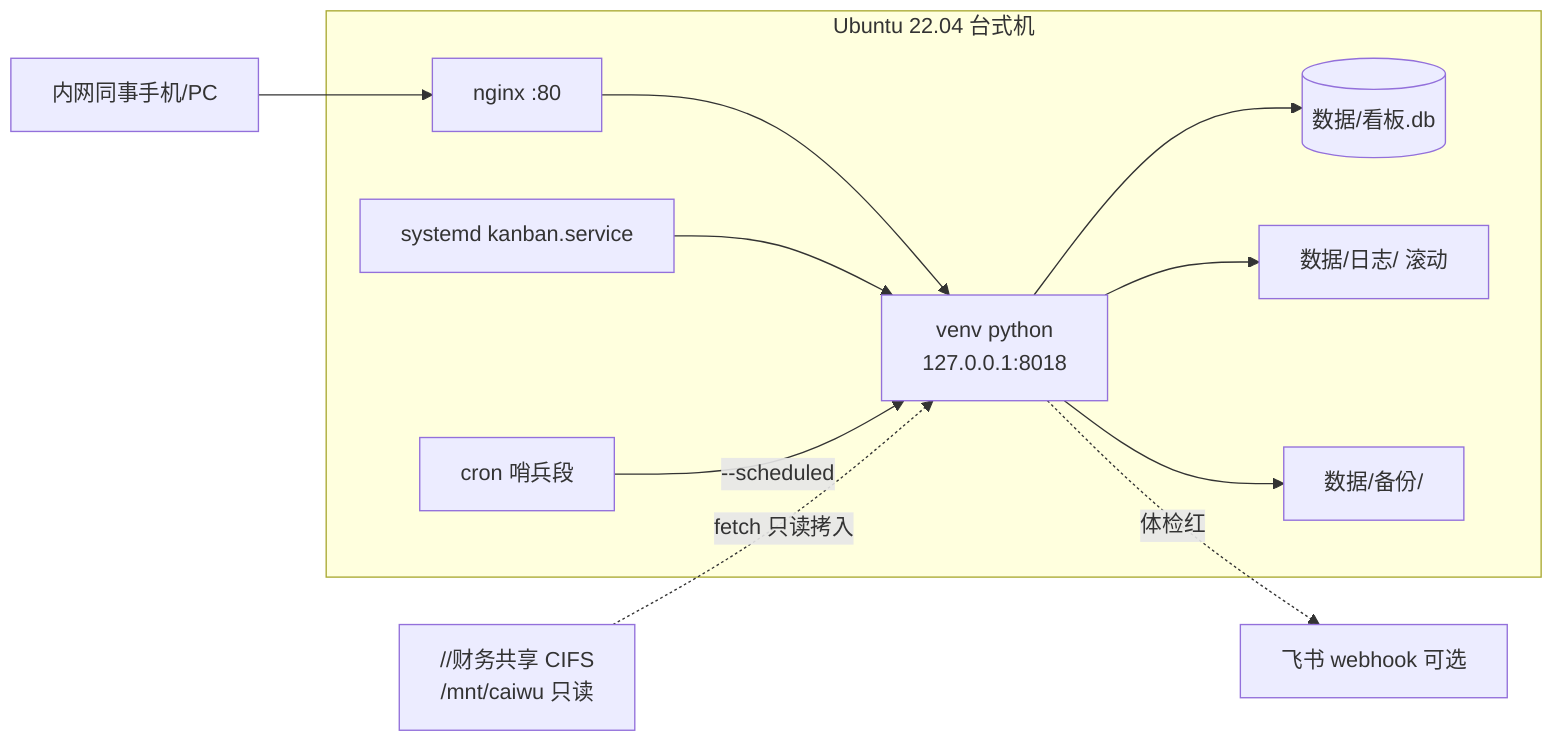
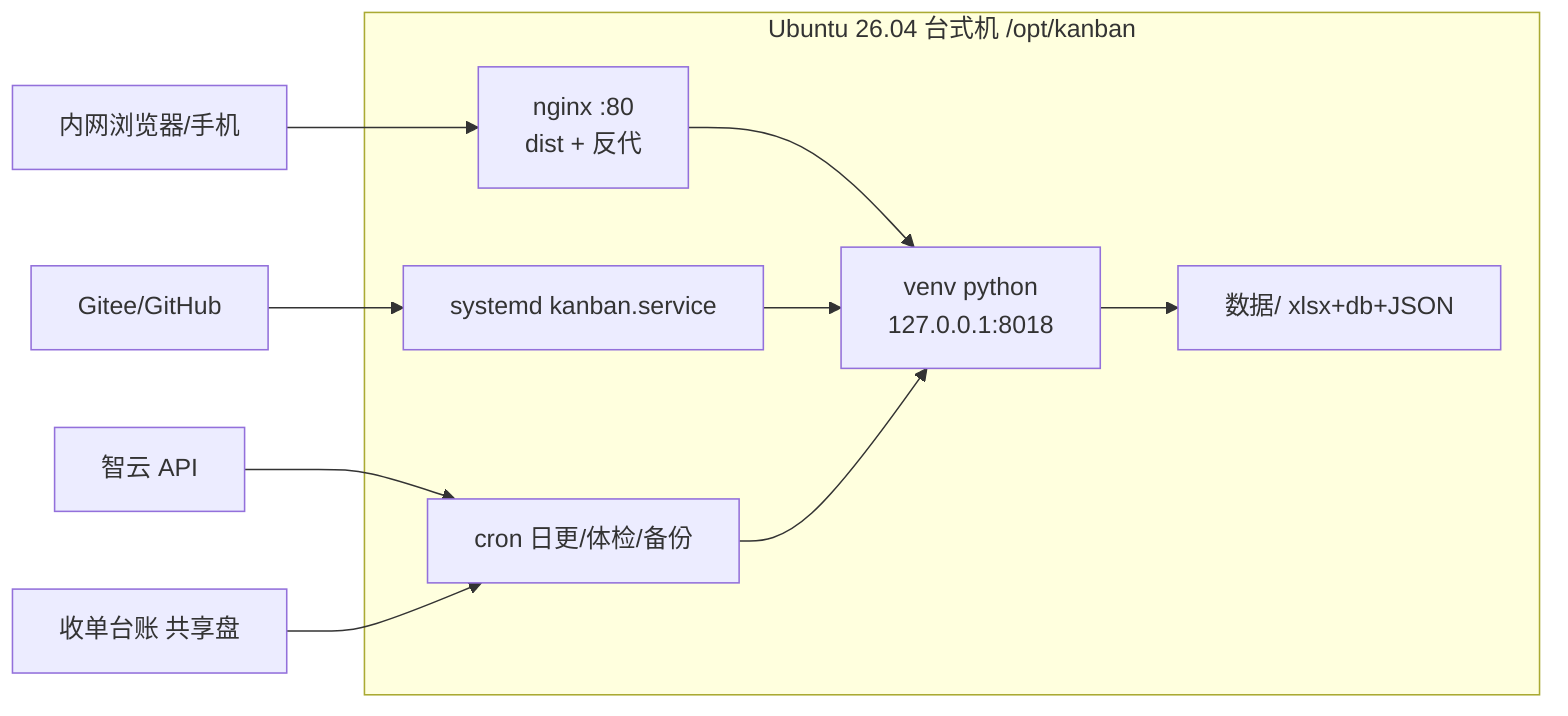
- %% 任务书43 · Ubuntu 台式机部署拓扑
+ %% 部署拓扑 · Ubuntu 26.04 生产（2026-07-20）
flowchart LR
-   subgraph Desktop["Ubuntu 22.04 台式机"]
-     NGX[nginx :80]
+   subgraph Desktop["Ubuntu 26.04 台式机 /opt/kanban"]
+     NGX[nginx :80\ndist + 反代]
    SYS[systemd kanban.service]
-     CRON[cron 哨兵段]
-     PY[venv python<br/>127.0.0.1:8018]
-     DB[(数据/看板.db)]
-     LOG[数据/日志/ 滚动]
-     BAK[数据/备份/]
+     CRON[cron 日更/体检/备份]
+     PY[venv python\n127.0.0.1:8018]
+     DATA[数据/ xlsx+db+JSON]
+     NGX --> PY
+     SYS --> PY
+     CRON --> PY
+     PY --> DATA
  end
-   CIFS["//财务共享 CIFS<br/>/mnt/caiwu 只读"]
-   FS[飞书 webhook 可选]
-   LAN[内网同事手机/PC]
-   LAN --> NGX
-   NGX --> PY
-   SYS --> PY
-   CRON -->|--scheduled| PY
-   PY --> DB
-   PY --> LOG
-   PY --> BAK
-   CIFS -.->|fetch 只读拷入| PY
-   PY -.->|体检红| FS
+   ZY[智云 API] --> CRON
+   SMB[收单台账 共享盘] --> CRON
+   GIT[Gitee/GitHub] --> SYS
+   BROWSER[内网浏览器/手机] --> NGX
